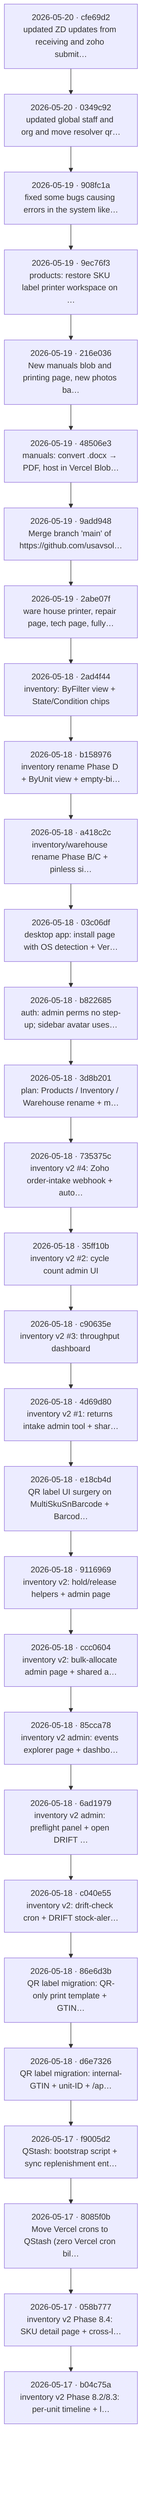
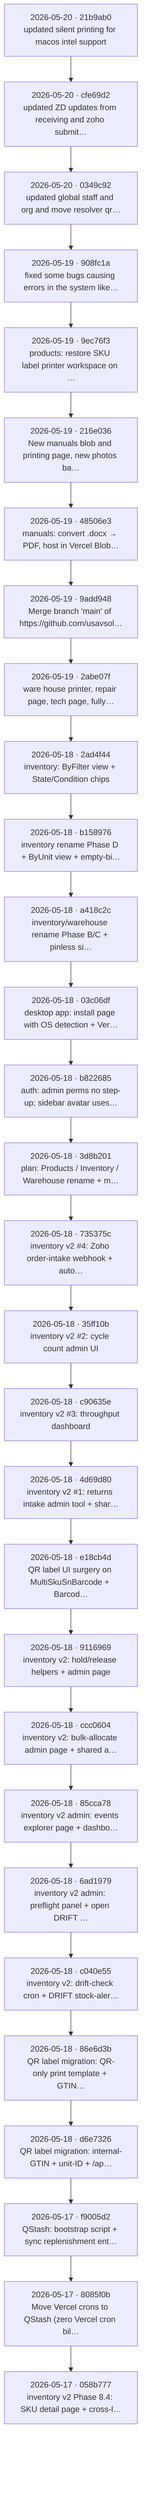
flowchart TB
-   c0["2026-05-20 · cfe69d2<br/>updated ZD updates from receiving and zoho submit…"]
-   c1["2026-05-20 · 0349c92<br/>updated global staff and org and move resolver qr…"]
+   c0["2026-05-20 · 21b9ab0<br/>updated silent printing for macos intel support"]
+   c1["2026-05-20 · cfe69d2<br/>updated ZD updates from receiving and zoho submit…"]
  c0 --> c1
-   c2["2026-05-19 · 908fc1a<br/>fixed some bugs causing errors in the system like…"]
+   c2["2026-05-20 · 0349c92<br/>updated global staff and org and move resolver qr…"]
  c1 --> c2
-   c3["2026-05-19 · 9ec76f3<br/>products: restore SKU label printer workspace on …"]
+   c3["2026-05-19 · 908fc1a<br/>fixed some bugs causing errors in the system like…"]
  c2 --> c3
-   c4["2026-05-19 · 216e036<br/>New manuals blob and printing page, new photos ba…"]
+   c4["2026-05-19 · 9ec76f3<br/>products: restore SKU label printer workspace on …"]
  c3 --> c4
-   c5["2026-05-19 · 48506e3<br/>manuals: convert .docx → PDF, host in Vercel Blob…"]
+   c5["2026-05-19 · 216e036<br/>New manuals blob and printing page, new photos ba…"]
  c4 --> c5
-   c6["2026-05-19 · 9add948<br/>Merge branch 'main' of https://github.com/usavsol…"]
+   c6["2026-05-19 · 48506e3<br/>manuals: convert .docx → PDF, host in Vercel Blob…"]
  c5 --> c6
-   c7["2026-05-19 · 2abe07f<br/>ware house printer, repair page, tech page, fully…"]
+   c7["2026-05-19 · 9add948<br/>Merge branch 'main' of https://github.com/usavsol…"]
  c6 --> c7
-   c8["2026-05-18 · 2ad4f44<br/>inventory: ByFilter view + State/Condition chips"]
+   c8["2026-05-19 · 2abe07f<br/>ware house printer, repair page, tech page, fully…"]
  c7 --> c8
-   c9["2026-05-18 · b158976<br/>inventory rename Phase D + ByUnit view + empty-bi…"]
+   c9["2026-05-18 · 2ad4f44<br/>inventory: ByFilter view + State/Condition chips"]
  c8 --> c9
-   c10["2026-05-18 · a418c2c<br/>inventory/warehouse rename Phase B/C + pinless si…"]
+   c10["2026-05-18 · b158976<br/>inventory rename Phase D + ByUnit view + empty-bi…"]
  c9 --> c10
-   c11["2026-05-18 · 03c06df<br/>desktop app: install page with OS detection + Ver…"]
+   c11["2026-05-18 · a418c2c<br/>inventory/warehouse rename Phase B/C + pinless si…"]
  c10 --> c11
-   c12["2026-05-18 · b822685<br/>auth: admin perms no step-up; sidebar avatar uses…"]
+   c12["2026-05-18 · 03c06df<br/>desktop app: install page with OS detection + Ver…"]
  c11 --> c12
-   c13["2026-05-18 · 3d8b201<br/>plan: Products / Inventory / Warehouse rename + m…"]
+   c13["2026-05-18 · b822685<br/>auth: admin perms no step-up; sidebar avatar uses…"]
  c12 --> c13
-   c14["2026-05-18 · 735375c<br/>inventory v2 #4: Zoho order-intake webhook + auto…"]
+   c14["2026-05-18 · 3d8b201<br/>plan: Products / Inventory / Warehouse rename + m…"]
  c13 --> c14
-   c15["2026-05-18 · 35ff10b<br/>inventory v2 #2: cycle count admin UI"]
+   c15["2026-05-18 · 735375c<br/>inventory v2 #4: Zoho order-intake webhook + auto…"]
  c14 --> c15
-   c16["2026-05-18 · c90635e<br/>inventory v2 #3: throughput dashboard"]
+   c16["2026-05-18 · 35ff10b<br/>inventory v2 #2: cycle count admin UI"]
  c15 --> c16
-   c17["2026-05-18 · 4d69d80<br/>inventory v2 #1: returns intake admin tool + shar…"]
+   c17["2026-05-18 · c90635e<br/>inventory v2 #3: throughput dashboard"]
  c16 --> c17
-   c18["2026-05-18 · e18cb4d<br/>QR label UI surgery on MultiSkuSnBarcode + Barcod…"]
+   c18["2026-05-18 · 4d69d80<br/>inventory v2 #1: returns intake admin tool + shar…"]
  c17 --> c18
-   c19["2026-05-18 · 9116969<br/>inventory v2: hold/release helpers + admin page"]
+   c19["2026-05-18 · e18cb4d<br/>QR label UI surgery on MultiSkuSnBarcode + Barcod…"]
  c18 --> c19
-   c20["2026-05-18 · ccc0604<br/>inventory v2: bulk-allocate admin page + shared a…"]
+   c20["2026-05-18 · 9116969<br/>inventory v2: hold/release helpers + admin page"]
  c19 --> c20
-   c21["2026-05-18 · 85cca78<br/>inventory v2 admin: events explorer page + dashbo…"]
+   c21["2026-05-18 · ccc0604<br/>inventory v2: bulk-allocate admin page + shared a…"]
  c20 --> c21
-   c22["2026-05-18 · 6ad1979<br/>inventory v2 admin: preflight panel + open DRIFT …"]
+   c22["2026-05-18 · 85cca78<br/>inventory v2 admin: events explorer page + dashbo…"]
  c21 --> c22
-   c23["2026-05-18 · c040e55<br/>inventory v2: drift-check cron + DRIFT stock-aler…"]
+   c23["2026-05-18 · 6ad1979<br/>inventory v2 admin: preflight panel + open DRIFT …"]
  c22 --> c23
-   c24["2026-05-18 · 86e6d3b<br/>QR label migration: QR-only print template + GTIN…"]
+   c24["2026-05-18 · c040e55<br/>inventory v2: drift-check cron + DRIFT stock-aler…"]
  c23 --> c24
-   c25["2026-05-18 · d6e7326<br/>QR label migration: internal-GTIN + unit-ID + /ap…"]
+   c25["2026-05-18 · 86e6d3b<br/>QR label migration: QR-only print template + GTIN…"]
  c24 --> c25
-   c26["2026-05-17 · f9005d2<br/>QStash: bootstrap script + sync replenishment ent…"]
+   c26["2026-05-18 · d6e7326<br/>QR label migration: internal-GTIN + unit-ID + /ap…"]
  c25 --> c26
-   c27["2026-05-17 · 8085f0b<br/>Move Vercel crons to QStash (zero Vercel cron bil…"]
+   c27["2026-05-17 · f9005d2<br/>QStash: bootstrap script + sync replenishment ent…"]
  c26 --> c27
-   c28["2026-05-17 · 058b777<br/>inventory v2 Phase 8.4: SKU detail page + cross-l…"]
+   c28["2026-05-17 · 8085f0b<br/>Move Vercel crons to QStash (zero Vercel cron bil…"]
  c27 --> c28
-   c29["2026-05-17 · b04c75a<br/>inventory v2 Phase 8.2/8.3: per-unit timeline + l…"]
+   c29["2026-05-17 · 058b777<br/>inventory v2 Phase 8.4: SKU detail page + cross-l…"]
  c28 --> c29